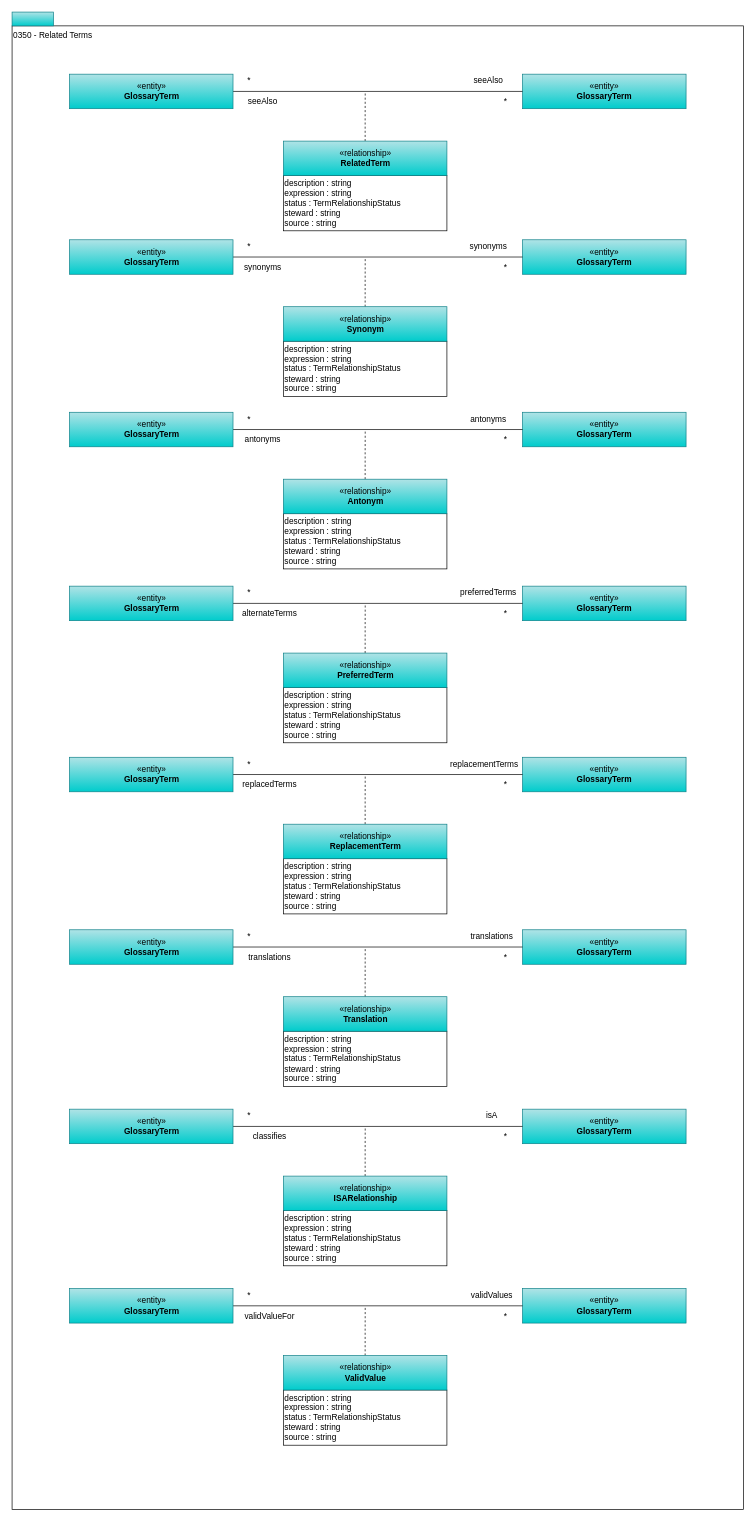
Earlier version of the draw.io diagram page "0350-Related-Terms" (7 of 13) of site/docs/types/3/area-3-glossary.drawio (odpi/egeria-docs). Source tidied: cells renumbered, new cells numbered last; positions are measured from the earlier drawing's top-left corner, leaving out a move shared by most shapes. Both pictures are drawn from the tidied source at 69%, with x=0, y=0 at pixel (12, 12).
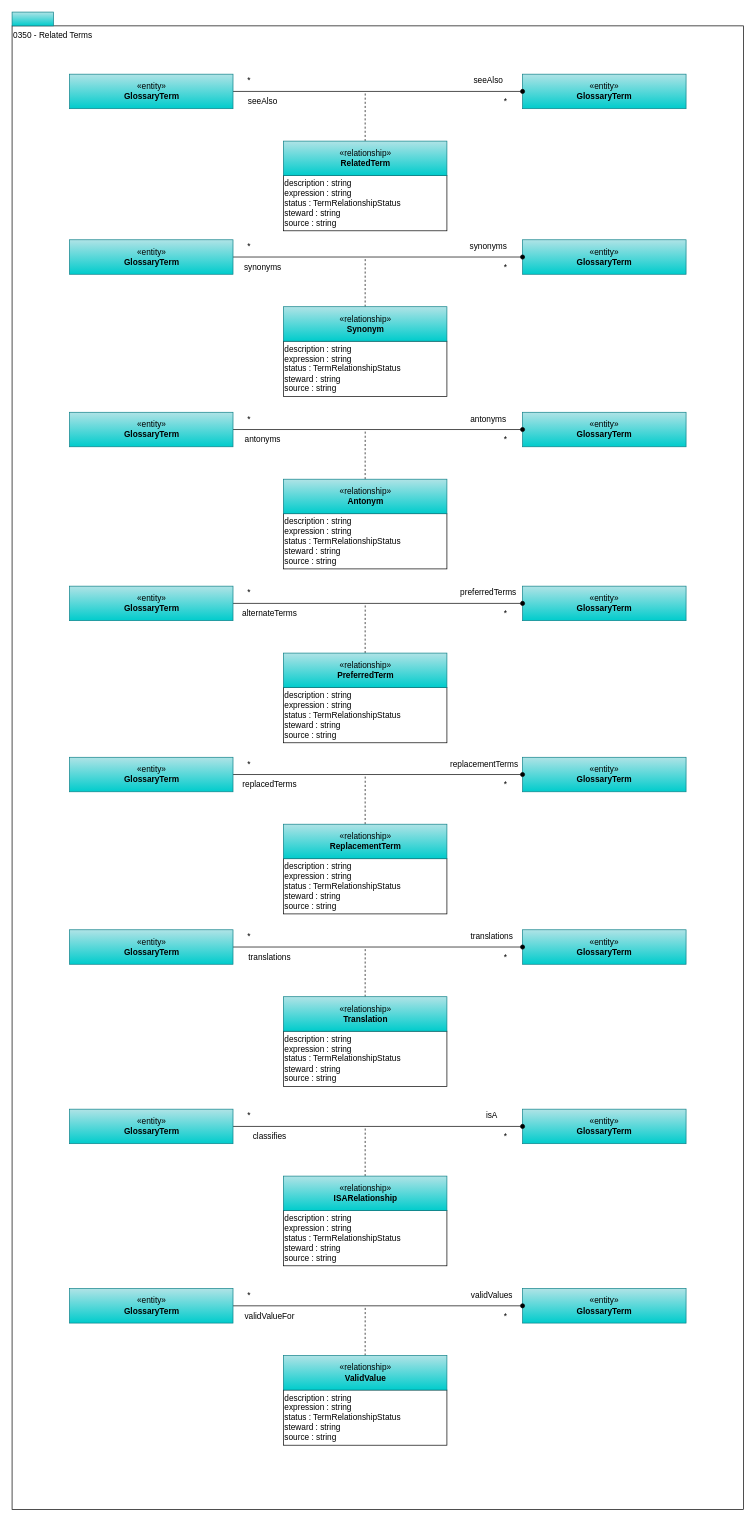
The same page after the edit.

The change refers to these unchanged cells:
```xml
<mxCell id="4" value="«entity»&lt;br&gt;&lt;b&gt;GlossaryTerm&lt;/b&gt;" style="html=1;strokeColor=#0e8088;align=center;fillColor=#b0e3e6;gradientColor=#00CCCC;" parent="1" vertex="1">
  <mxGeometry x="739.8" y="90" width="237" height="50" as="geometry" />
</mxCell>
<mxCell id="9" value="«entity»&lt;br&gt;&lt;b&gt;GlossaryTerm&lt;/b&gt;" style="html=1;strokeColor=#0e8088;align=center;fillColor=#b0e3e6;gradientColor=#00CCCC;" parent="1" vertex="1">
  <mxGeometry x="83.2" y="90" width="237" height="50" as="geometry" />
</mxCell>
<mxCell id="14" value="«entity»&lt;br&gt;&lt;b&gt;GlossaryTerm&lt;/b&gt;" style="html=1;strokeColor=#0e8088;align=center;fillColor=#b0e3e6;gradientColor=#00CCCC;" parent="1" vertex="1">
  <mxGeometry x="739.8" y="330" width="237" height="50" as="geometry" />
</mxCell>
<mxCell id="19" value="«entity»&lt;br&gt;&lt;b&gt;GlossaryTerm&lt;/b&gt;" style="html=1;strokeColor=#0e8088;align=center;fillColor=#b0e3e6;gradientColor=#00CCCC;" parent="1" vertex="1">
  <mxGeometry x="83.2" y="330" width="237" height="50" as="geometry" />
</mxCell>
<mxCell id="24" value="«entity»&lt;br&gt;&lt;b&gt;GlossaryTerm&lt;/b&gt;" style="html=1;strokeColor=#0e8088;align=center;fillColor=#b0e3e6;gradientColor=#00CCCC;" parent="1" vertex="1">
  <mxGeometry x="739.8" y="580" width="237" height="50" as="geometry" />
</mxCell>
<mxCell id="29" value="«entity»&lt;br&gt;&lt;b&gt;GlossaryTerm&lt;/b&gt;" style="html=1;strokeColor=#0e8088;align=center;fillColor=#b0e3e6;gradientColor=#00CCCC;" parent="1" vertex="1">
  <mxGeometry x="83.2" y="580" width="237" height="50" as="geometry" />
</mxCell>
<mxCell id="34" value="«entity»&lt;br&gt;&lt;b&gt;GlossaryTerm&lt;/b&gt;" style="html=1;strokeColor=#0e8088;align=center;fillColor=#b0e3e6;gradientColor=#00CCCC;" parent="1" vertex="1">
  <mxGeometry x="739.8" y="832" width="237" height="50" as="geometry" />
</mxCell>
<mxCell id="39" value="«entity»&lt;br&gt;&lt;b&gt;GlossaryTerm&lt;/b&gt;" style="html=1;strokeColor=#0e8088;align=center;fillColor=#b0e3e6;gradientColor=#00CCCC;" parent="1" vertex="1">
  <mxGeometry x="83.2" y="832" width="237" height="50" as="geometry" />
</mxCell>
<mxCell id="44" value="«entity»&lt;br&gt;&lt;b&gt;GlossaryTerm&lt;/b&gt;" style="html=1;strokeColor=#0e8088;align=center;fillColor=#b0e3e6;gradientColor=#00CCCC;" parent="1" vertex="1">
  <mxGeometry x="739.8" y="1080" width="237" height="50" as="geometry" />
</mxCell>
<mxCell id="49" value="«entity»&lt;br&gt;&lt;b&gt;GlossaryTerm&lt;/b&gt;" style="html=1;strokeColor=#0e8088;align=center;fillColor=#b0e3e6;gradientColor=#00CCCC;" parent="1" vertex="1">
  <mxGeometry x="83.2" y="1080" width="237" height="50" as="geometry" />
</mxCell>
<mxCell id="54" value="«entity»&lt;br&gt;&lt;b&gt;GlossaryTerm&lt;/b&gt;" style="html=1;strokeColor=#0e8088;align=center;fillColor=#b0e3e6;gradientColor=#00CCCC;" parent="1" vertex="1">
  <mxGeometry x="739.8" y="1330" width="237" height="50" as="geometry" />
</mxCell>
<mxCell id="59" value="«entity»&lt;br&gt;&lt;b&gt;GlossaryTerm&lt;/b&gt;" style="html=1;strokeColor=#0e8088;align=center;fillColor=#b0e3e6;gradientColor=#00CCCC;" parent="1" vertex="1">
  <mxGeometry x="83.2" y="1330" width="237" height="50" as="geometry" />
</mxCell>
<mxCell id="64" value="«entity»&lt;br&gt;&lt;b&gt;GlossaryTerm&lt;/b&gt;" style="html=1;strokeColor=#0e8088;align=center;fillColor=#b0e3e6;gradientColor=#00CCCC;" parent="1" vertex="1">
  <mxGeometry x="739.8" y="1590" width="237" height="50" as="geometry" />
</mxCell>
<mxCell id="69" value="«entity»&lt;br&gt;&lt;b&gt;GlossaryTerm&lt;/b&gt;" style="html=1;strokeColor=#0e8088;align=center;fillColor=#b0e3e6;gradientColor=#00CCCC;" parent="1" vertex="1">
  <mxGeometry x="83.2" y="1590" width="237" height="50" as="geometry" />
</mxCell>
<mxCell id="74" value="«entity»&lt;br&gt;&lt;b&gt;GlossaryTerm&lt;/b&gt;" style="html=1;strokeColor=#0e8088;align=center;fillColor=#b0e3e6;gradientColor=#00CCCC;" parent="1" vertex="1">
  <mxGeometry x="739.8" y="1850" width="237" height="50" as="geometry" />
</mxCell>
<mxCell id="79" value="«entity»&lt;br&gt;&lt;b&gt;GlossaryTerm&lt;/b&gt;" style="html=1;strokeColor=#0e8088;align=center;fillColor=#b0e3e6;gradientColor=#00CCCC;" parent="1" vertex="1">
  <mxGeometry x="83.2" y="1850" width="237" height="50" as="geometry" />
</mxCell>
```

Diff of the diagram source:
```diff
@@
-    <mxCell id="8" style="edgeStyle=orthogonalEdgeStyle;rounded=0;jettySize=auto;html=1;endArrow=none;endFill=0;" parent="1" edge="1" source="9" target="4">
+    <mxCell id="8" style="edgeStyle=orthogonalEdgeStyle;rounded=0;jettySize=auto;html=1;endArrow=oval;endFill=1;" parent="1" edge="1" source="9" target="4">
       <mxGeometry relative="1" as="geometry" />
     </mxCell>
@@
-    <mxCell id="18" style="edgeStyle=orthogonalEdgeStyle;rounded=0;jettySize=auto;html=1;endArrow=none;endFill=0;" parent="1" edge="1" source="19" target="14">
+    <mxCell id="18" style="edgeStyle=orthogonalEdgeStyle;rounded=0;jettySize=auto;html=1;endArrow=oval;endFill=1;" parent="1" edge="1" source="19" target="14">
       <mxGeometry relative="1" as="geometry" />
     </mxCell>
@@
-    <mxCell id="28" style="edgeStyle=orthogonalEdgeStyle;rounded=0;jettySize=auto;html=1;endArrow=none;endFill=0;" parent="1" edge="1" source="29" target="24">
+    <mxCell id="28" style="edgeStyle=orthogonalEdgeStyle;rounded=0;jettySize=auto;html=1;endArrow=oval;endFill=1;" parent="1" edge="1" source="29" target="24">
       <mxGeometry relative="1" as="geometry" />
     </mxCell>
@@
-    <mxCell id="38" style="edgeStyle=orthogonalEdgeStyle;rounded=0;jettySize=auto;html=1;endArrow=none;endFill=0;" parent="1" edge="1" source="39" target="34">
+    <mxCell id="38" style="edgeStyle=orthogonalEdgeStyle;rounded=0;jettySize=auto;html=1;endArrow=oval;endFill=1;" parent="1" edge="1" source="39" target="34">
       <mxGeometry relative="1" as="geometry" />
     </mxCell>
@@
-    <mxCell id="48" style="edgeStyle=orthogonalEdgeStyle;rounded=0;jettySize=auto;html=1;endArrow=none;endFill=0;" parent="1" edge="1" source="49" target="44">
+    <mxCell id="48" style="edgeStyle=orthogonalEdgeStyle;rounded=0;jettySize=auto;html=1;endArrow=oval;endFill=1;" parent="1" edge="1" source="49" target="44">
       <mxGeometry relative="1" as="geometry" />
     </mxCell>
@@
-    <mxCell id="58" style="edgeStyle=orthogonalEdgeStyle;rounded=0;jettySize=auto;html=1;endArrow=none;endFill=0;" parent="1" edge="1" source="59" target="54">
+    <mxCell id="58" style="edgeStyle=orthogonalEdgeStyle;rounded=0;jettySize=auto;html=1;endArrow=oval;endFill=1;" parent="1" edge="1" source="59" target="54">
       <mxGeometry relative="1" as="geometry" />
     </mxCell>
@@
-    <mxCell id="68" style="edgeStyle=orthogonalEdgeStyle;rounded=0;jettySize=auto;html=1;endArrow=none;endFill=0;" parent="1" edge="1" source="69" target="64">
+    <mxCell id="68" style="edgeStyle=orthogonalEdgeStyle;rounded=0;jettySize=auto;html=1;endArrow=oval;endFill=1;" parent="1" edge="1" source="69" target="64">
       <mxGeometry relative="1" as="geometry" />
     </mxCell>
@@
-    <mxCell id="78" style="edgeStyle=orthogonalEdgeStyle;rounded=0;jettySize=auto;html=1;endArrow=none;endFill=0;" parent="1" edge="1" source="79" target="74">
+    <mxCell id="78" style="edgeStyle=orthogonalEdgeStyle;rounded=0;jettySize=auto;html=1;endArrow=oval;endFill=1;" parent="1" edge="1" source="79" target="74">
       <mxGeometry relative="1" as="geometry" />
     </mxCell>
```
